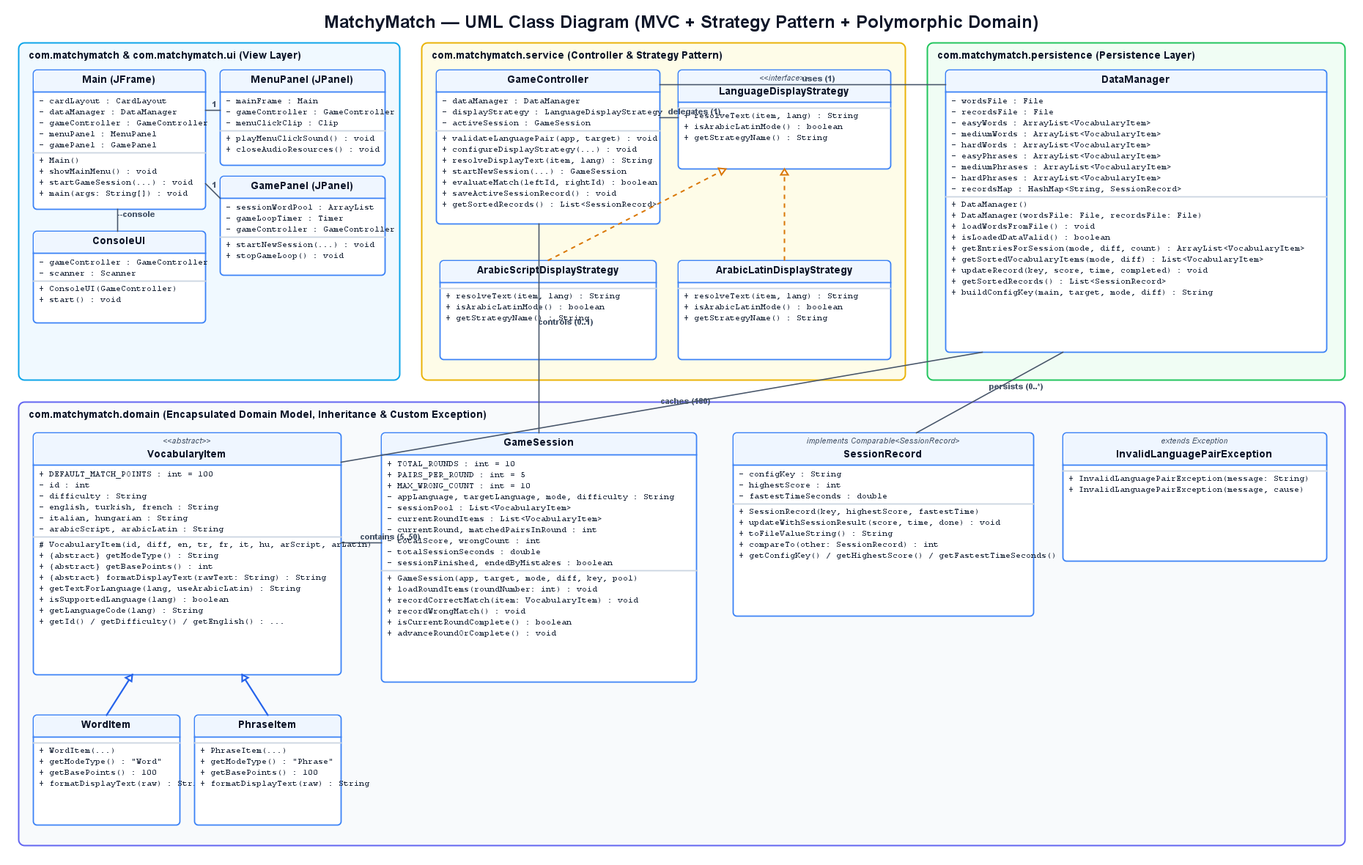
Earlier version of the PlantUML export docs/uml_class_diagram.png (neo-cod/MatchyMatch). Its source is kept beside it as docs/uml_class_diagram.puml. Its diagram source:
```plantuml
@startuml
skinparam classAttributeIconSize 0
skinparam backgroundColor #FFFFFF
skinparam packageStyle rectangle
skinparam shadowing false
skinparam defaultFontName SansSerif
skinparam class {
    BackgroundColor #F8FAFC
    BorderColor #3B82F6
    HeaderBackgroundColor #EFF6FF
    FontColor #0F172A
}

title MatchyMatch — Object-Oriented Architecture & UML Class Diagram

package "com.matchymatch" {
    class Main {
        - {static} MENU_CARD : String
        - {static} GAME_CARD : String
        - cardLayout : CardLayout
        - mainContainer : JPanel
        - dataManager : DataManager
        - gameController : GameController
        - menuPanel : MenuPanel
        - gamePanel : GamePanel
        + Main()
        + showMainMenu() : void
        + startGameSession(appLang: String, targetLang: String, mode: String, difficulty: String, useArabicLatin: boolean, sfxEnabled: boolean) : void
        + {static} main(args: String[]) : void
    }
}

package "com.matchymatch.domain" {
    abstract class VocabularyItem {
        + {static} DEFAULT_MATCH_POINTS : int = 100
        - id : int
        - difficulty : String
        - english : String
        - turkish : String
        - french : String
        - italian : String
        - hungarian : String
        - arabicScript : String
        - arabicLatin : String
        # VocabularyItem(id: int, difficulty: String, en: String, tr: String, fr: String, it: String, hu: String, arScript: String, arLatin: String)
        + {abstract} getModeType() : String
        + {abstract} getBasePoints() : int
        + {abstract} formatDisplayText(rawText: String) : String
        + getTextForLanguage(language: String, useArabicLatin: boolean) : String
        + {static} isSupportedLanguage(language: String) : boolean
        + {static} getLanguageCode(language: String) : String
        + getId() : int
        + getDifficulty() : String
        + getEnglish() : String
        + getTurkish() : String
        + getFrench() : String
        + getItalian() : String
        + getHungarian() : String
        + getArabicScript() : String
        + getArabicLatin() : String
    }

    class WordItem extends VocabularyItem {
        + WordItem(id: int, difficulty: String, en: String, tr: String, fr: String, it: String, hu: String, arScript: String, arLatin: String)
        + getModeType() : String
        + getBasePoints() : int
        + formatDisplayText(rawText: String) : String
    }

    class PhraseItem extends VocabularyItem {
        + PhraseItem(id: int, difficulty: String, en: String, tr: String, fr: String, it: String, hu: String, arScript: String, arLatin: String)
        + getModeType() : String
        + getBasePoints() : int
        + formatDisplayText(rawText: String) : String
    }

    class SessionRecord implements Comparable {
        - configKey : String
        - highestScore : int
        - fastestTimeSeconds : double
        + SessionRecord(configKey: String, highestScore: int, fastestTimeSeconds: double)
        + updateWithSessionResult(newScore: int, newTimeSeconds: double, completedAllRounds: boolean) : void
        + toFileValueString() : String
        + compareTo(other: SessionRecord) : int
        + getConfigKey() : String
        + getHighestScore() : int
        + getFastestTimeSeconds() : double
    }

    class GameSession {
        + {static} TOTAL_ROUNDS : int = 10
        + {static} PAIRS_PER_ROUND : int = 5
        + {static} MAX_WRONG_COUNT : int = 10
        - appLanguage : String
        - targetLanguage : String
        - mode : String
        - difficulty : String
        - configKey : String
        - sessionPool : List<VocabularyItem>
        - currentRoundItems : List<VocabularyItem>
        - currentRound : int
        - matchedPairsInRound : int
        - totalScore : int
        - wrongCount : int
        - totalSessionSeconds : double
        - sessionFinished : boolean
        - endedByMistakes : boolean
        + GameSession(appLang: String, targetLang: String, mode: String, difficulty: String, configKey: String, pool: List<VocabularyItem>)
        + loadRoundItems(roundNumber: int) : void
        + recordCorrectMatch(matchedItem: VocabularyItem) : void
        + recordWrongMatch() : void
        + isCurrentRoundComplete() : boolean
        + advanceRoundOrComplete() : void
        + addElapsedSeconds(deltaSeconds: double) : void
        + setTotalSessionSeconds(totalSessionSeconds: double) : void
    }

    class InvalidLanguagePairException extends Exception {
        + InvalidLanguagePairException(message: String)
        + InvalidLanguagePairException(message: String, cause: Throwable)
    }
}

package "com.matchymatch.service" {
    interface LanguageDisplayStrategy {
        + resolveText(item: VocabularyItem, language: String) : String
        + isArabicLatinMode() : boolean
        + getStrategyName() : String
    }

    class ArabicScriptDisplayStrategy implements LanguageDisplayStrategy {
        + resolveText(item: VocabularyItem, language: String) : String
        + isArabicLatinMode() : boolean
        + getStrategyName() : String
    }

    class ArabicLatinDisplayStrategy implements LanguageDisplayStrategy {
        + resolveText(item: VocabularyItem, language: String) : String
        + isArabicLatinMode() : boolean
        + getStrategyName() : String
    }

    class GameController {
        - dataManager : DataManager
        - displayStrategy : LanguageDisplayStrategy
        - activeSession : GameSession
        + GameController(dataManager: DataManager)
        + validateLanguagePair(appLanguage: String, targetLanguage: String) : void
        + configureDisplayStrategy(appLanguage: String, targetLanguage: String, preferArabicLatin: boolean) : void
        + resolveDisplayText(item: VocabularyItem, language: String) : String
        + startNewSession(appLang: String, targetLang: String, mode: String, difficulty: String, preferArabicLatin: boolean) : GameSession
        + evaluateMatch(leftItemId: int, rightItemId: int) : boolean
        + saveActiveSessionRecord() : void
        + getSortedRecords() : List<SessionRecord>
        + getSortedVocabulary(mode: String, difficulty: String) : List<VocabularyItem>
    }
}

package "com.matchymatch.persistence" {
    class DataManager {
        - wordsFile : File
        - recordsFile : File
        - easyWords : ArrayList<VocabularyItem>
        - mediumWords : ArrayList<VocabularyItem>
        - hardWords : ArrayList<VocabularyItem>
        - easyPhrases : ArrayList<VocabularyItem>
        - mediumPhrases : ArrayList<VocabularyItem>
        - hardPhrases : ArrayList<VocabularyItem>
        - recordsMap : HashMap<String, SessionRecord>
        + DataManager()
        + DataManager(wordsFile: File, recordsFile: File)
        + loadWordsFromFile() : void
        + isLoadedDataValid() : boolean
        + getEntriesForSession(mode: String, difficulty: String, requiredCount: int) : ArrayList<VocabularyItem>
        + getSortedVocabularyItems(mode: String, difficulty: String) : List<VocabularyItem>
        + updateRecord(configKey: String, newScore: int, newTimeSeconds: double, completedAllRounds: boolean) : void
        + getSortedRecords() : List<SessionRecord>
        + {static} buildConfigKey(mainLang: String, targetLang: String, mode: String, difficulty: String) : String
    }
}

package "com.matchymatch.ui" {
    class MenuPanel {
        - mainFrame : Main
        - dataManager : DataManager
        - gameController : GameController
        - appLangIndex : int
        - targetLangIndex : int
        - modeIndex : int
        - difficultyIndex : int
        - menuClickClip : Clip
        + MenuPanel(mainFrame: Main, dataManager: DataManager, gameController: GameController)
        + playMenuClickSound() : void
        + closeAudioResources() : void
    }

    class GamePanel {
        - mainFrame : Main
        - dataManager : DataManager
        - gameController : GameController
        - sessionWordPool : ArrayList<VocabularyItem>
        - gameLoopTimer : Timer
        + GamePanel(mainFrame: Main, dataManager: DataManager, gameController: GameController)
        + startNewSession(appLang: String, targetLang: String, mode: String, difficulty: String, useArabicLatin: boolean, sfxEnabled: boolean) : void
        + stopGameLoop() : void
        + closeAudioResources() : void
    }

    class ConsoleUI {
        - gameController : GameController
        - scanner : Scanner
        + ConsoleUI(gameController: GameController)
        + start() : void
    }
}

Main "1" *-- "1" DataManager : manages >
Main "1" *-- "1" GameController : coordinates >
Main "1" *-- "1" MenuPanel : displays >
Main "1" *-- "1" GamePanel : displays >
Main ..> ConsoleUI : launches (--console) >

GameController "1" o-- "1" DataManager : uses >
GameController "1" o-- "1" LanguageDisplayStrategy : delegates >
GameController "1" *-- "0..1" GameSession : controls >
GameController ..> InvalidLanguagePairException : throws >

GameSession "1" o-- "5..50" VocabularyItem : contains >
DataManager "1" *-- "180" VocabularyItem : loads & caches >
DataManager "1" *-- "0..*" SessionRecord : persists >

MenuPanel "1" --> "1" GameController : validates & queries >
GamePanel "1" --> "1" GameController : resolves text >
ConsoleUI "1" --> "1" GameController : drives CLI session >
@enduml
```
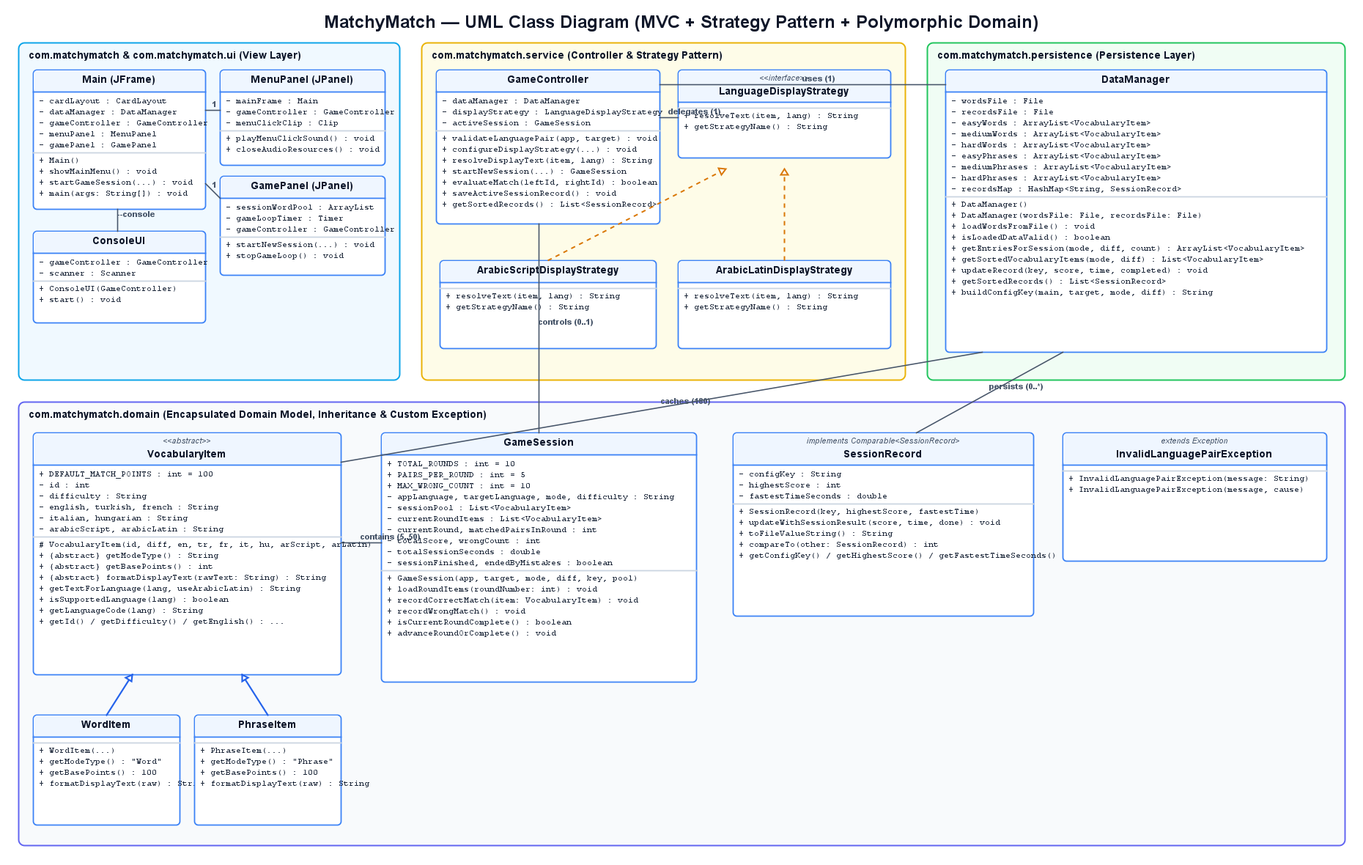
Later version of the same file.

Change to the diagram source:
```diff
@@ -111,7 +111,6 @@
         + recordWrongMatch() : void
         + isCurrentRoundComplete() : boolean
         + advanceRoundOrComplete() : void
-        + addElapsedSeconds(deltaSeconds: double) : void
         + setTotalSessionSeconds(totalSessionSeconds: double) : void
     }
 
@@ -124,19 +123,16 @@
 package "com.matchymatch.service" {
     interface LanguageDisplayStrategy {
         + resolveText(item: VocabularyItem, language: String) : String
-        + isArabicLatinMode() : boolean
         + getStrategyName() : String
     }
 
     class ArabicScriptDisplayStrategy implements LanguageDisplayStrategy {
         + resolveText(item: VocabularyItem, language: String) : String
-        + isArabicLatinMode() : boolean
         + getStrategyName() : String
     }
 
     class ArabicLatinDisplayStrategy implements LanguageDisplayStrategy {
         + resolveText(item: VocabularyItem, language: String) : String
-        + isArabicLatinMode() : boolean
         + getStrategyName() : String
     }
 
```
